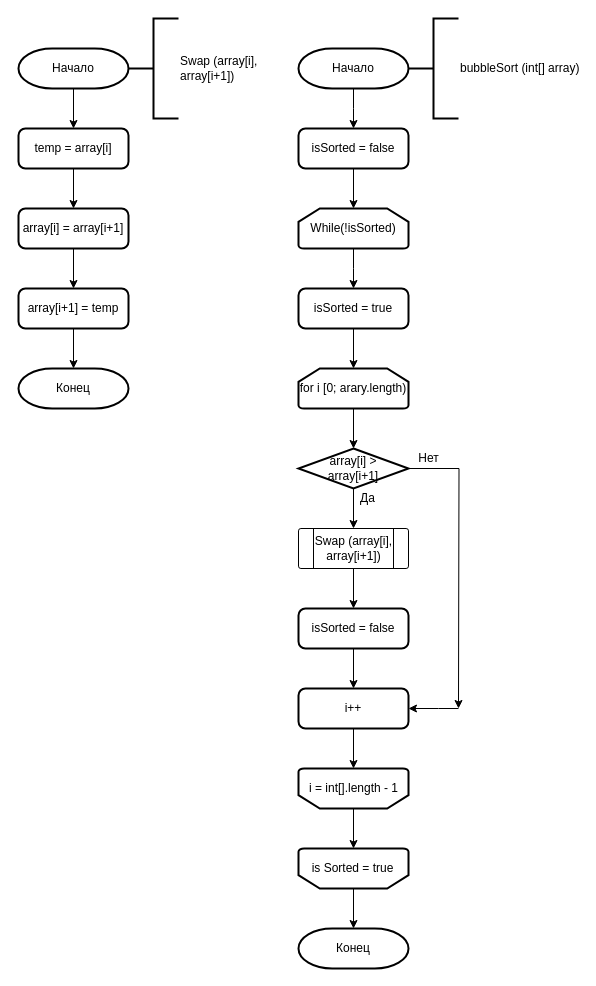
Earlier version of the draw.io diagram home_work_2/bubbleSort.drawio (itDmitry/it-academy.by_Java). Source tidied: cells renumbered, new cells numbered last; positions are measured from the earlier drawing's top-left corner, leaving out a move shared by most shapes. Both pictures are drawn from the tidied source at 100%, with x=0, y=0 at pixel (18, 18).
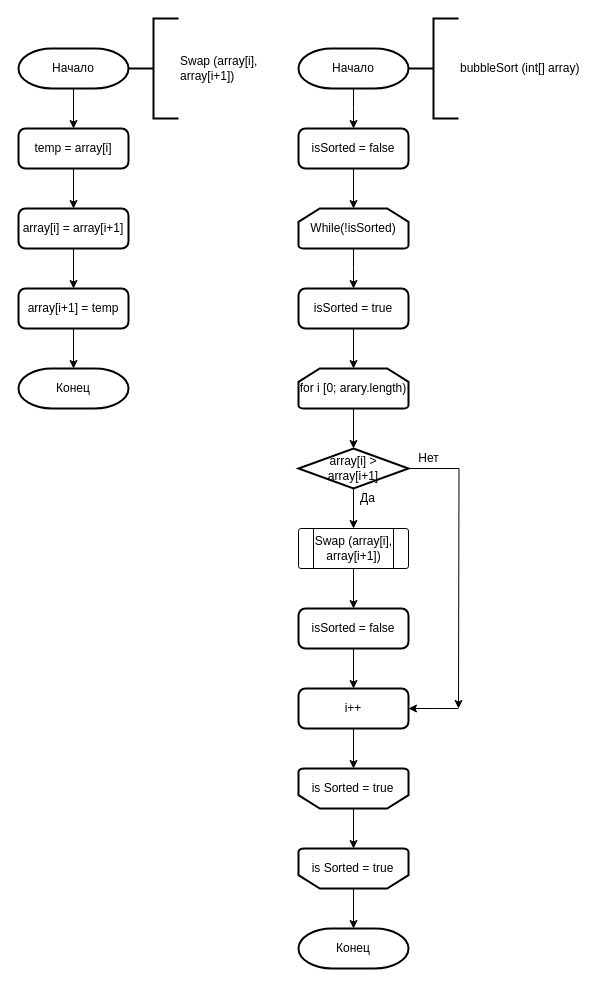
After the change.

Change to the diagram source:
```diff
@@
-    <mxCell id="40" value="&lt;span style=&quot;background-color: rgb(255 , 255 , 255)&quot;&gt;i = int[].length - 1&lt;/span&gt;" style="text;html=1;align=center;verticalAlign=middle;" parent="1" vertex="1">
-      <mxGeometry x="285" y="760" width="100" height="20" as="geometry" />
-    </mxCell>
@@
+    <mxCell id="43" value="&lt;span style=&quot;background-color: rgb(255 , 255 , 255)&quot;&gt;is Sorted = true&lt;/span&gt;" style="text;html=1;align=center;verticalAlign=middle;" parent="1" vertex="1">
+      <mxGeometry x="284" y="760" width="100" height="20" as="geometry" />
+    </mxCell>
```
